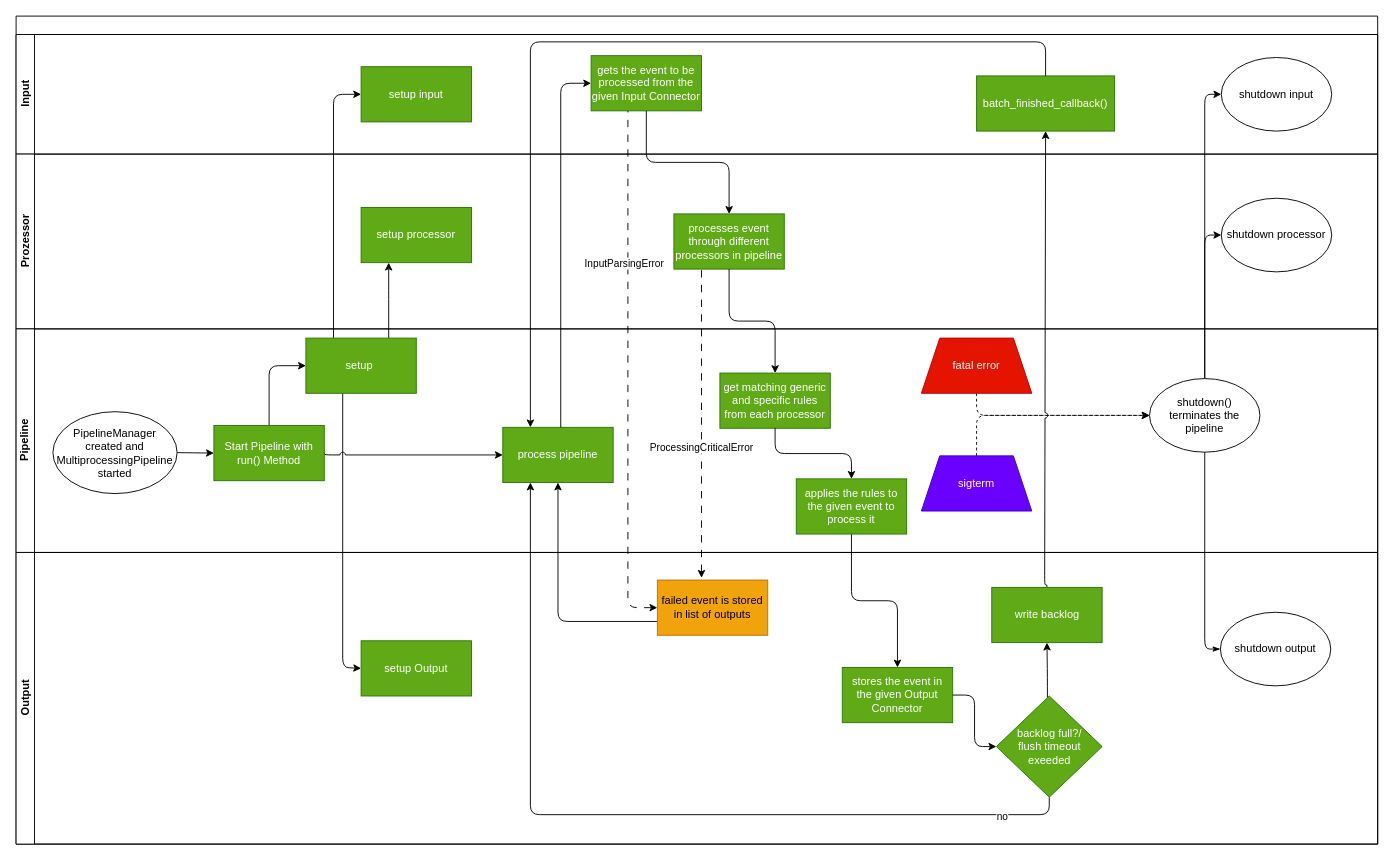
Above: doc/source/development/architecture/diagramms/pipeline.drawio in fkie-cad/Logprep (draw.io), before the change. Source tidied: cells renumbered, new cells numbered last; positions are measured from the earlier drawing's top-left corner, leaving out a move shared by most shapes. Both pictures are drawn from the tidied source at 92%, with x=0, y=0 at pixel (16, 16).
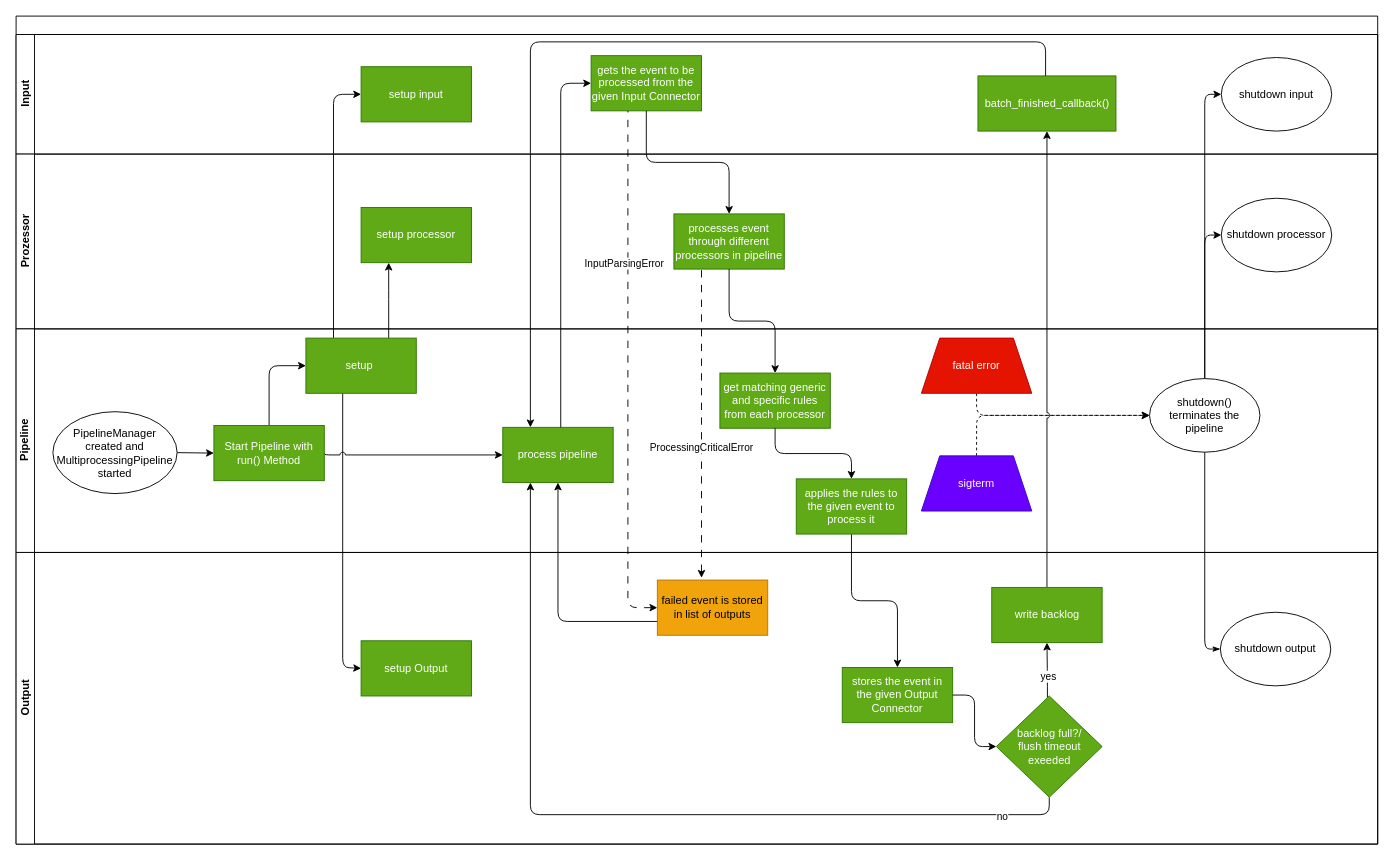
The same page after the edit.

Commit message (it also covers changes not shown here):
update processor, pipeline, input and output diagramm

The change refers to these unchanged cells:
```xml
<mxCell id="2" value="&lt;br&gt;" style="swimlane;horizontal=1;startSize=20;html=1;" parent="1" vertex="1">
  <mxGeometry width="1480" height="900" as="geometry" />
</mxCell>
<mxCell id="4" value="Input" style="swimlane;startSize=20;horizontal=0;html=1;" parent="2" vertex="1">
  <mxGeometry y="20" width="1480" height="130" as="geometry" />
</mxCell>
<mxCell id="44" style="edgeStyle=orthogonalEdgeStyle;html=1;entryX=0.5;entryY=1;entryDx=0;entryDy=0;" parent="38" edge="1" source="45" target="46">
  <mxGeometry relative="1" as="geometry">
    <Array as="points">
      <mxPoint x="1121" y="136" />
      <mxPoint x="1121" y="98" />
    </Array>
  </mxGeometry>
</mxCell>
<mxCell id="46" value="write backlog" style="whiteSpace=wrap;html=1;fillColor=#60a917;strokeColor=#2D7600;fontColor=#ffffff;" parent="38" vertex="1">
  <mxGeometry x="1060.5" y="38" width="120" height="60" as="geometry" />
</mxCell>
```

The edit, as a diff of the source:
```diff
@@
     <mxCell id="7" value="batch_finished_callback()" style="rounded=0;whiteSpace=wrap;html=1;fillColor=#60a917;fontColor=#ffffff;strokeColor=#2D7600;" parent="4" vertex="1">
-      <mxGeometry x="1044" y="45" width="150" height="60" as="geometry" />
+      <mxGeometry x="1045.5" y="45" width="150" height="60" as="geometry" />
     </mxCell>
@@
-    <mxCell id="23" style="edgeStyle=orthogonalEdgeStyle;html=1;entryX=0.5;entryY=1;entryDx=0;entryDy=0;exitX=0.5;exitY=0;exitDx=0;exitDy=0;jumpStyle=arc;" parent="2" edge="1" source="46" target="7">
+    <mxCell id="23" style="edgeStyle=orthogonalEdgeStyle;html=1;exitX=0.5;exitY=0;exitDx=0;exitDy=0;jumpStyle=arc;entryX=0.5;entryY=1;entryDx=0;entryDy=0;" parent="2" edge="1" source="46" target="7">
       <mxGeometry relative="1" as="geometry">
         <Array as="points">
-          <mxPoint x="1118" y="618" />
-          <mxPoint x="1118" y="198" />
-          <mxPoint x="1119" y="198" />
+          <mxPoint x="1121" y="618" />
+          <mxPoint x="1121" y="618" />
+          <mxPoint x="1121" y="125" />
         </Array>
       </mxGeometry>
     </mxCell>
@@
+    <mxCell id="56" value="yes" style="edgeLabel;html=1;align=center;verticalAlign=middle;" parent="44" vertex="1">
+      <mxGeometry x="-0.22" y="3" relative="1" as="geometry">
+        <mxPoint x="4" as="offset" />
+      </mxGeometry>
+    </mxCell>
```
